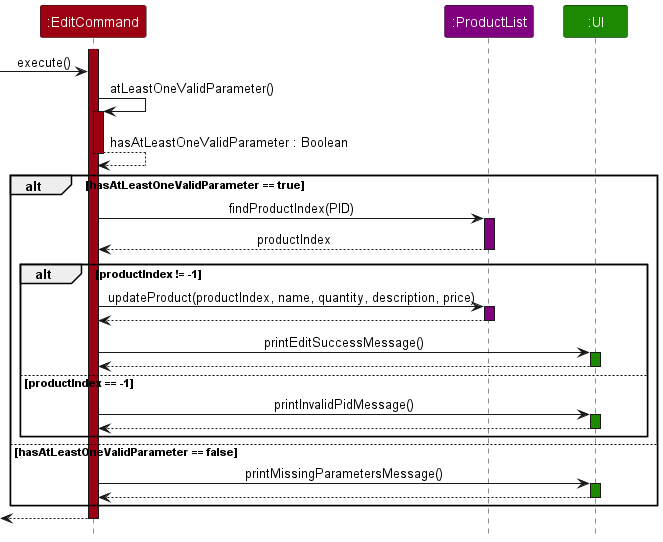
Earlier version of the PlantUML export docs/images/EditCommandExecuteSequenceDiagram.png (leongxingyu/tp). Source of this version:
```plantuml
@startuml
!include style.puml
skinparam ArrowFontStyle plain

Participant ":EditCommand" as command COMMANDS_COLOR
Participant ":ProductList" as productlist PRODUCTLIST_COLOR
Participant ":UI" as ui UI_COLOR

activate command COMMANDS_COLOR
-> command : execute()

command -> command : atLeastOneValidParameter()
activate command COMMANDS_COLOR

command --> command : hasAtLeastOneValidParameter : Boolean
deactivate command COMMANDS_COLOR

alt hasAtLeastOneValidParameter == true
    command -> productlist : findProductIndex(PID)
    activate productlist PRODUCTLIST_COLOR
    command <-- productlist : productIndex
    deactivate productlist

    alt productIndex != -1
        command -> productlist : updateProduct(productIndex, name, quantity, description, price)
        activate productlist PRODUCTLIST_COLOR
        command <-- productlist
        deactivate productlist

        command -> ui : printEditSuccessMessage()
        activate ui UI_COLOR
        command <-- ui
        deactivate ui
    else productIndex == -1
        command -> ui : printInvalidPidMessage()
        activate ui UI_COLOR
        command <-- ui
        deactivate ui
    end
else hasAtLeastOneValidParameter == false
    command -> ui : printMissingParametersMessage()
    activate ui UI_COLOR
    command <-- ui
    deactivate ui
end

<-- command
deactivate command

@enduml
```
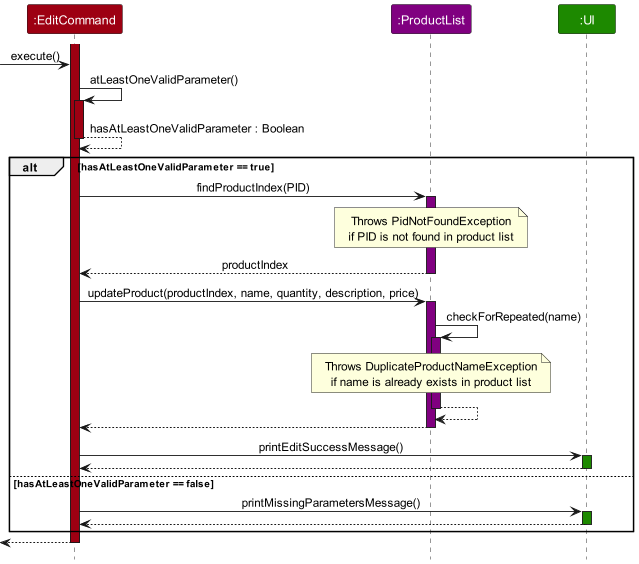
The same diagram one commit later.

Commit message:
Update DG and fix duplicate product name logic

The edit, as a diff of the source:
```diff
@@ -18,25 +18,37 @@
 alt hasAtLeastOneValidParameter == true
     command -> productlist : findProductIndex(PID)
     activate productlist PRODUCTLIST_COLOR
+
+    note over productlist
+        Throws PidNotFoundException
+        if PID is not found in product list
+    end note
+
     command <-- productlist : productIndex
     deactivate productlist
 
-    alt productIndex != -1
-        command -> productlist : updateProduct(productIndex, name, quantity, description, price)
-        activate productlist PRODUCTLIST_COLOR
-        command <-- productlist
-        deactivate productlist
+    command -> productlist : updateProduct(productIndex, name, quantity, description, price)
+    activate productlist PRODUCTLIST_COLOR
 
-        command -> ui : printEditSuccessMessage()
-        activate ui UI_COLOR
-        command <-- ui
-        deactivate ui
-    else productIndex == -1
-        command -> ui : printInvalidPidMessage()
-        activate ui UI_COLOR
-        command <-- ui
-        deactivate ui
-    end
+    productlist -> productlist : checkForRepeated(name)
+    activate productlist PRODUCTLIST_COLOR
+
+    note over productlist
+        Throws DuplicateProductNameException
+        if name is already exists in product list
+    end note
+
+    productlist --> productlist
+    deactivate productlist
+
+    command <-- productlist
+    deactivate productlist
+
+    command -> ui : printEditSuccessMessage()
+    activate ui UI_COLOR
+    command <-- ui
+    deactivate ui
+
 else hasAtLeastOneValidParameter == false
     command -> ui : printMissingParametersMessage()
     activate ui UI_COLOR
```
